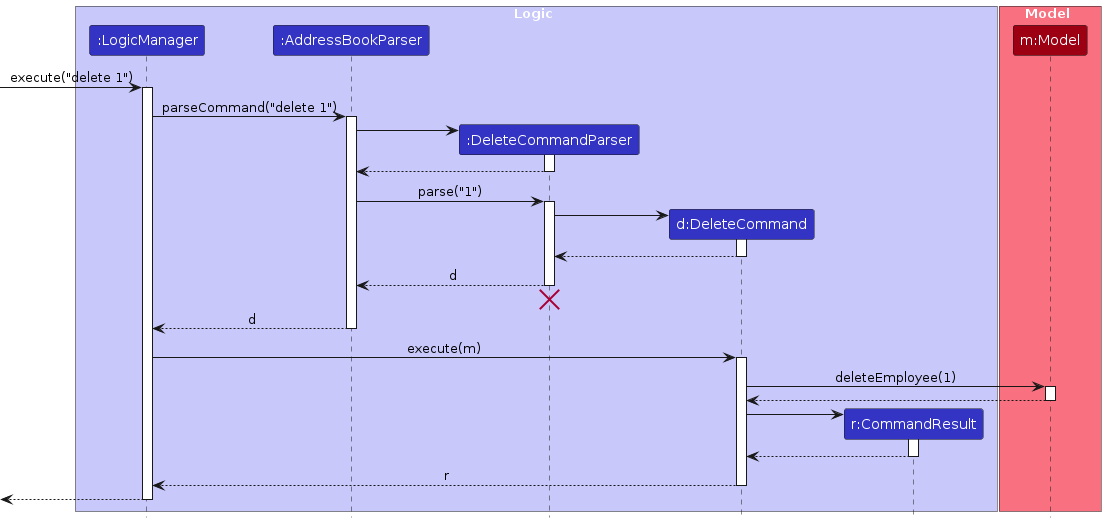
PyromancerBoom/tp keeps this PlantUML diagram as diagrams/DeleteSequenceDiagram.png. Above is the earlier version. Its source is kept beside it as diagrams/DeleteSequenceDiagram.puml. Its diagram source:
```plantuml
@startuml
!include style.puml
skinparam ArrowFontStyle plain

box Logic LOGIC_COLOR_T1
participant ":LogicManager" as LogicManager LOGIC_COLOR
participant ":AddressBookParser" as AddressBookParser LOGIC_COLOR
participant ":DeleteCommandParser" as DeleteCommandParser LOGIC_COLOR
participant "d:DeleteCommand" as DeleteCommand LOGIC_COLOR
participant "r:CommandResult" as CommandResult LOGIC_COLOR
end box

box Model MODEL_COLOR_T1
participant "m:Model" as Model MODEL_COLOR
end box

[-> LogicManager : execute("delete 1")
activate LogicManager

LogicManager -> AddressBookParser : parseCommand("delete 1")
activate AddressBookParser

create DeleteCommandParser
AddressBookParser -> DeleteCommandParser
activate DeleteCommandParser

DeleteCommandParser --> AddressBookParser
deactivate DeleteCommandParser

AddressBookParser -> DeleteCommandParser : parse("1")
activate DeleteCommandParser

create DeleteCommand
DeleteCommandParser -> DeleteCommand
activate DeleteCommand

DeleteCommand --> DeleteCommandParser :
deactivate DeleteCommand

DeleteCommandParser --> AddressBookParser : d
deactivate DeleteCommandParser
DeleteCommandParser -[hidden]-> AddressBookParser
destroy DeleteCommandParser

AddressBookParser --> LogicManager : d
deactivate AddressBookParser

LogicManager -> DeleteCommand : execute(m)
activate DeleteCommand

DeleteCommand -> Model : deleteEmployee(1)
activate Model

Model --> DeleteCommand
deactivate Model

create CommandResult
DeleteCommand -> CommandResult
activate CommandResult

CommandResult --> DeleteCommand
deactivate CommandResult

DeleteCommand --> LogicManager : r
deactivate DeleteCommand

[<--LogicManager
deactivate LogicManager
@enduml
```
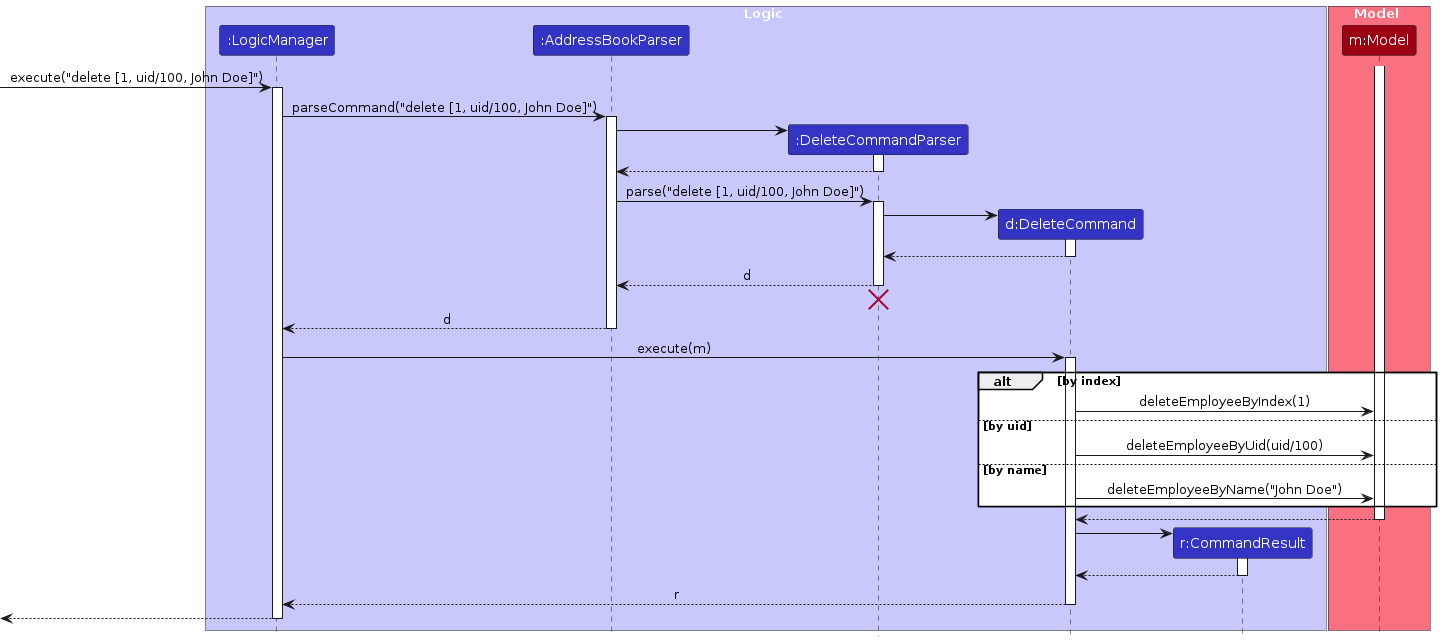
After the change.

Change to the diagram source:
```diff
@@ -14,10 +14,10 @@
 participant "m:Model" as Model MODEL_COLOR
 end box
 
-[-> LogicManager : execute("delete 1")
+[-> LogicManager : execute("delete [1, uid/100, John Doe]")
 activate LogicManager
 
-LogicManager -> AddressBookParser : parseCommand("delete 1")
+LogicManager -> AddressBookParser : parseCommand("delete [1, uid/100, John Doe]")
 activate AddressBookParser
 
 create DeleteCommandParser
@@ -27,7 +27,7 @@
 DeleteCommandParser --> AddressBookParser
 deactivate DeleteCommandParser
 
-AddressBookParser -> DeleteCommandParser : parse("1")
+AddressBookParser -> DeleteCommandParser : parse("delete [1, uid/100, John Doe]")
 activate DeleteCommandParser
 
 create DeleteCommand
@@ -48,7 +48,13 @@
 LogicManager -> DeleteCommand : execute(m)
 activate DeleteCommand
 
-DeleteCommand -> Model : deleteEmployee(1)
+alt by index
+    DeleteCommand -> Model : deleteEmployeeByIndex(1)
+else by uid
+    DeleteCommand -> Model : deleteEmployeeByUid(uid/100)
+else by name
+    DeleteCommand -> Model : deleteEmployeeByName("John Doe")
+end
 activate Model
 
 Model --> DeleteCommand
```
